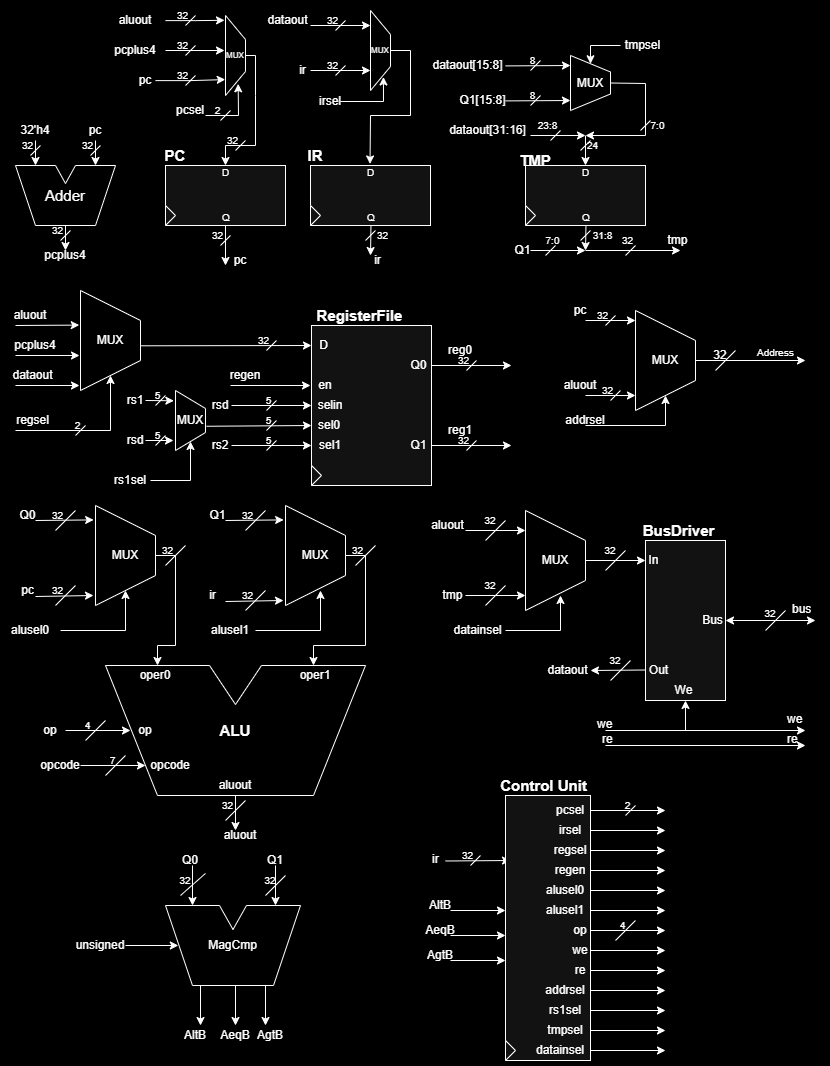
Before: schematic.png, a diagram exported from draw.io (AryllPetersen/rv32I). Source tidied: cells renumbered, new cells last; positions are measured from the earlier drawing's top-left corner, leaving out a move shared by most shapes.
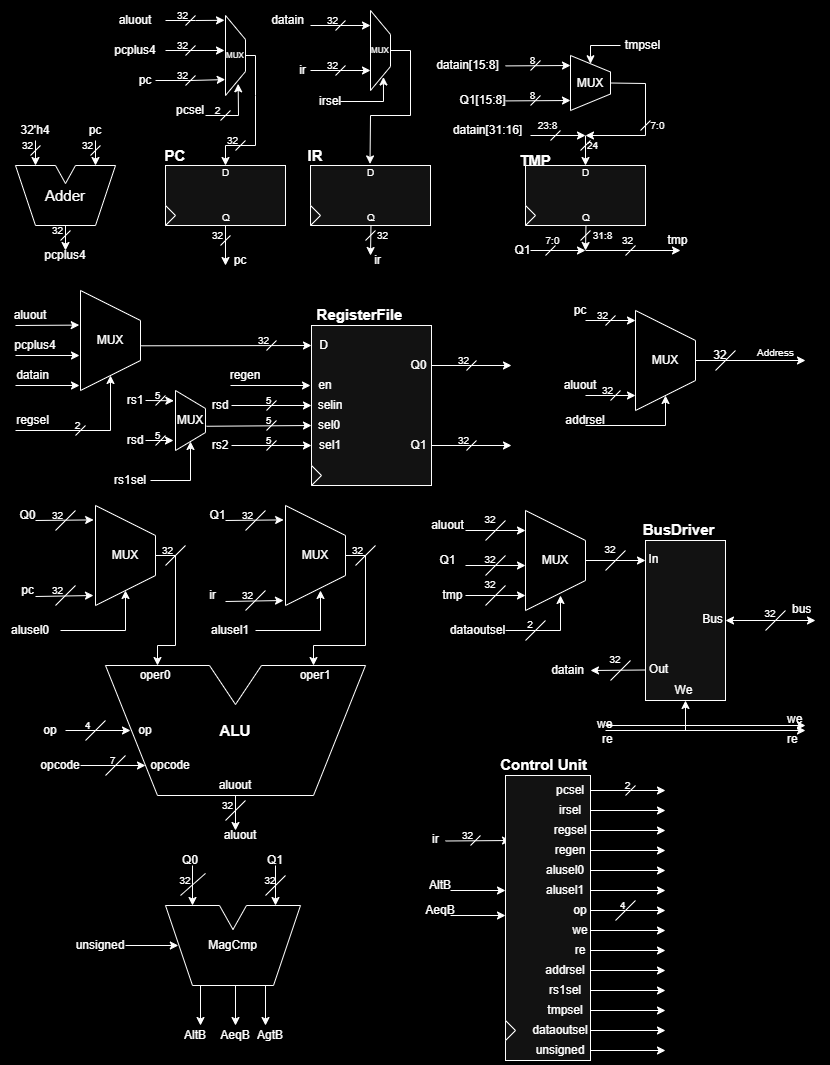
Above is the later version.

Commit message:
finished control unit and updated schematic

Diff of the diagram source:
```diff
@@ -315,3 +315,3 @@
     </mxCell>
-    <mxCell id="79" value="dataout" style="text;html=1;align=center;verticalAlign=middle;whiteSpace=wrap;rounded=0;labelBackgroundColor=none;" parent="1" vertex="1">
+    <mxCell id="79" value="datain" style="text;html=1;align=center;verticalAlign=middle;whiteSpace=wrap;rounded=0;labelBackgroundColor=none;" parent="1" vertex="1">
       <mxGeometry x="560" y="655" width="15" height="30" as="geometry" />
@@ -336,3 +336,3 @@
     </mxCell>
-    <mxCell id="86" value="dataout" style="text;html=1;align=center;verticalAlign=middle;whiteSpace=wrap;rounded=0;labelBackgroundColor=none;" parent="1" vertex="1">
+    <mxCell id="86" value="datain" style="text;html=1;align=center;verticalAlign=middle;whiteSpace=wrap;rounded=0;labelBackgroundColor=none;" parent="1" vertex="1">
       <mxGeometry x="280" y="15" width="15" height="10" as="geometry" />
@@ -593,3 +593,3 @@
     <mxCell id="142" value="Control Unit" style="text;html=1;align=center;verticalAlign=middle;whiteSpace=wrap;rounded=0;fontStyle=1;fontSize=15;labelBackgroundColor=none;" parent="1" vertex="1">
-      <mxGeometry x="495" y="765" width="96.9" height="39" as="geometry" />
+      <mxGeometry x="495" y="745" width="96.9" height="39" as="geometry" />
     </mxCell>
@@ -597,4 +597,4 @@
       <mxGeometry relative="1" as="geometry">
-        <mxPoint x="445" y="860.5" as="sourcePoint" />
-        <mxPoint x="510" y="860" as="targetPoint" />
+        <mxPoint x="445" y="840.5" as="sourcePoint" />
+        <mxPoint x="510" y="840" as="targetPoint" />
       </mxGeometry>
@@ -602,6 +602,6 @@
     <mxCell id="144" value="ir" style="text;html=1;strokeColor=none;fillColor=none;align=left;verticalAlign=top;whiteSpace=wrap;rounded=0;fontSize=12;labelBackgroundColor=none;" parent="1" vertex="1">
-      <mxGeometry x="430" y="845" width="40" height="20" as="geometry" />
+      <mxGeometry x="430" y="825" width="40" height="20" as="geometry" />
     </mxCell>
     <mxCell id="145" style="rounded=0;whiteSpace=wrap;html=1;labelBackgroundColor=none;" parent="1" vertex="1">
-      <mxGeometry x="505" y="795" width="85" height="265" as="geometry" />
+      <mxGeometry x="505" y="775" width="85" height="285" as="geometry" />
     </mxCell>
@@ -609,4 +609,4 @@
       <mxGeometry relative="1" as="geometry">
-        <mxPoint x="470" y="865" as="sourcePoint" />
-        <mxPoint x="480" y="855" as="targetPoint" />
+        <mxPoint x="470" y="845" as="sourcePoint" />
+        <mxPoint x="480" y="835" as="targetPoint" />
       </mxGeometry>
@@ -614,14 +614,8 @@
     <mxCell id="147" value="&lt;span style=&quot;font-size: 10px;&quot;&gt;32&lt;/span&gt;" style="text;html=1;align=center;verticalAlign=middle;whiteSpace=wrap;rounded=0;labelBackgroundColor=none;" parent="1" vertex="1">
-      <mxGeometry x="465" y="840" width="5" height="30" as="geometry" />
+      <mxGeometry x="465" y="820" width="5" height="30" as="geometry" />
     </mxCell>
-    <mxCell id="148" value="reg0" style="text;html=1;align=center;verticalAlign=middle;whiteSpace=wrap;rounded=0;labelBackgroundColor=none;" parent="1" vertex="1">
-      <mxGeometry x="430" y="335" width="60" height="30" as="geometry" />
-    </mxCell>
-    <mxCell id="149" value="reg1" style="text;html=1;align=center;verticalAlign=middle;whiteSpace=wrap;rounded=0;labelBackgroundColor=none;" parent="1" vertex="1">
-      <mxGeometry x="430" y="415" width="60" height="30" as="geometry" />
-    </mxCell>
     <mxCell id="150" style="edgeStyle=none;orthogonalLoop=1;jettySize=auto;html=1;rounded=0;labelBackgroundColor=none;fontColor=default;" parent="1" edge="1">
       <mxGeometry relative="1" as="geometry">
-        <mxPoint x="590" y="810" as="sourcePoint" />
-        <mxPoint x="665" y="810" as="targetPoint" />
+        <mxPoint x="590" y="790" as="sourcePoint" />
+        <mxPoint x="665" y="790" as="targetPoint" />
       </mxGeometry>
@@ -629,21 +623,21 @@
     <mxCell id="151" value="pcsel" style="text;html=1;align=center;verticalAlign=middle;whiteSpace=wrap;rounded=0;labelBackgroundColor=none;" parent="1" vertex="1">
-      <mxGeometry x="540" y="795" width="60" height="30" as="geometry" />
+      <mxGeometry x="540" y="775" width="60" height="30" as="geometry" />
     </mxCell>
     <mxCell id="152" value="irsel" style="text;html=1;align=center;verticalAlign=middle;whiteSpace=wrap;rounded=0;labelBackgroundColor=none;" parent="1" vertex="1">
-      <mxGeometry x="540" y="815" width="60" height="30" as="geometry" />
+      <mxGeometry x="540" y="795" width="60" height="30" as="geometry" />
     </mxCell>
     <mxCell id="153" value="regsel" style="text;html=1;align=center;verticalAlign=middle;whiteSpace=wrap;rounded=0;labelBackgroundColor=none;" parent="1" vertex="1">
-      <mxGeometry x="540" y="835" width="60" height="30" as="geometry" />
+      <mxGeometry x="540" y="815" width="60" height="30" as="geometry" />
     </mxCell>
     <mxCell id="154" value="alusel0" style="text;html=1;align=center;verticalAlign=middle;whiteSpace=wrap;rounded=0;labelBackgroundColor=none;" parent="1" vertex="1">
-      <mxGeometry x="535" y="875" width="60" height="30" as="geometry" />
+      <mxGeometry x="535" y="855" width="60" height="30" as="geometry" />
     </mxCell>
     <mxCell id="155" value="alusel1" style="text;html=1;align=center;verticalAlign=middle;whiteSpace=wrap;rounded=0;labelBackgroundColor=none;" parent="1" vertex="1">
-      <mxGeometry x="535" y="895" width="60" height="30" as="geometry" />
+      <mxGeometry x="535" y="875" width="60" height="30" as="geometry" />
     </mxCell>
     <mxCell id="156" value="regen" style="text;html=1;align=center;verticalAlign=middle;whiteSpace=wrap;rounded=0;labelBackgroundColor=none;" parent="1" vertex="1">
-      <mxGeometry x="540" y="855" width="60" height="30" as="geometry" />
+      <mxGeometry x="540" y="835" width="60" height="30" as="geometry" />
     </mxCell>
     <mxCell id="157" value="we" style="text;html=1;align=center;verticalAlign=middle;whiteSpace=wrap;rounded=0;labelBackgroundColor=none;" parent="1" vertex="1">
-      <mxGeometry x="550" y="935" width="60" height="30" as="geometry" />
+      <mxGeometry x="550" y="915" width="60" height="30" as="geometry" />
     </mxCell>
@@ -651,4 +645,4 @@
       <mxGeometry relative="1" as="geometry">
-        <mxPoint x="590" y="890" as="sourcePoint" />
-        <mxPoint x="665" y="890" as="targetPoint" />
+        <mxPoint x="590" y="870" as="sourcePoint" />
+        <mxPoint x="665" y="870" as="targetPoint" />
       </mxGeometry>
@@ -657,4 +651,4 @@
       <mxGeometry relative="1" as="geometry">
-        <mxPoint x="590" y="910" as="sourcePoint" />
-        <mxPoint x="665" y="910" as="targetPoint" />
+        <mxPoint x="590" y="890" as="sourcePoint" />
+        <mxPoint x="665" y="890" as="targetPoint" />
       </mxGeometry>
@@ -662,3 +656,3 @@
     <mxCell id="160" value="op" style="text;html=1;align=center;verticalAlign=middle;whiteSpace=wrap;rounded=0;labelBackgroundColor=none;" parent="1" vertex="1">
-      <mxGeometry x="550" y="915" width="60" height="30" as="geometry" />
+      <mxGeometry x="550" y="895" width="60" height="30" as="geometry" />
     </mxCell>
@@ -666,4 +660,4 @@
       <mxGeometry relative="1" as="geometry">
-        <mxPoint x="590" y="930" as="sourcePoint" />
-        <mxPoint x="665" y="930" as="targetPoint" />
+        <mxPoint x="590" y="910" as="sourcePoint" />
+        <mxPoint x="665" y="910" as="targetPoint" />
       </mxGeometry>
@@ -672,4 +666,4 @@
       <mxGeometry relative="1" as="geometry">
-        <mxPoint x="615" y="940" as="sourcePoint" />
-        <mxPoint x="635" y="920" as="targetPoint" />
+        <mxPoint x="615" y="920" as="sourcePoint" />
+        <mxPoint x="635" y="900" as="targetPoint" />
       </mxGeometry>
@@ -678,4 +672,4 @@
       <mxGeometry relative="1" as="geometry">
-        <mxPoint x="590" y="830" as="sourcePoint" />
-        <mxPoint x="665" y="830" as="targetPoint" />
+        <mxPoint x="590" y="810" as="sourcePoint" />
+        <mxPoint x="665" y="810" as="targetPoint" />
       </mxGeometry>
@@ -684,4 +678,4 @@
       <mxGeometry relative="1" as="geometry">
-        <mxPoint x="590" y="850" as="sourcePoint" />
-        <mxPoint x="665" y="850" as="targetPoint" />
+        <mxPoint x="590" y="830" as="sourcePoint" />
+        <mxPoint x="665" y="830" as="targetPoint" />
       </mxGeometry>
@@ -690,4 +684,4 @@
       <mxGeometry relative="1" as="geometry">
-        <mxPoint x="590" y="870" as="sourcePoint" />
-        <mxPoint x="665" y="870" as="targetPoint" />
+        <mxPoint x="590" y="850" as="sourcePoint" />
+        <mxPoint x="665" y="850" as="targetPoint" />
       </mxGeometry>
@@ -696,4 +690,4 @@
       <mxGeometry relative="1" as="geometry">
-        <mxPoint x="590" y="950" as="sourcePoint" />
-        <mxPoint x="665" y="950" as="targetPoint" />
+        <mxPoint x="590" y="930" as="sourcePoint" />
+        <mxPoint x="665" y="930" as="targetPoint" />
       </mxGeometry>
@@ -711,4 +705,4 @@
       <mxGeometry relative="1" as="geometry">
-        <mxPoint x="605" y="745" as="sourcePoint" />
-        <mxPoint x="805" y="745" as="targetPoint" />
+        <mxPoint x="605" y="725" as="sourcePoint" />
+        <mxPoint x="805" y="725" as="targetPoint" />
       </mxGeometry>
@@ -730,3 +724,3 @@
     <mxCell id="174" value="re" style="text;html=1;align=center;verticalAlign=middle;whiteSpace=wrap;rounded=0;labelBackgroundColor=none;" parent="1" vertex="1">
-      <mxGeometry x="550" y="955" width="60" height="30" as="geometry" />
+      <mxGeometry x="550" y="935" width="60" height="30" as="geometry" />
     </mxCell>
@@ -734,4 +728,4 @@
       <mxGeometry relative="1" as="geometry">
-        <mxPoint x="590" y="970" as="sourcePoint" />
-        <mxPoint x="665" y="970" as="targetPoint" />
+        <mxPoint x="590" y="950" as="sourcePoint" />
+        <mxPoint x="665" y="950" as="targetPoint" />
       </mxGeometry>
@@ -739,3 +733,3 @@
     <mxCell id="176" style="triangle;whiteSpace=wrap;html=1;labelBackgroundColor=none;rounded=0;" parent="1" vertex="1">
-      <mxGeometry x="505" y="1040" width="10" height="20" as="geometry" />
+      <mxGeometry x="505" y="1020" width="10" height="20" as="geometry" />
     </mxCell>
@@ -878,3 +872,3 @@
     <mxCell id="207" value="addrsel" style="text;html=1;align=center;verticalAlign=middle;whiteSpace=wrap;rounded=0;labelBackgroundColor=none;" parent="1" vertex="1">
-      <mxGeometry x="535" y="975" width="60" height="30" as="geometry" />
+      <mxGeometry x="535" y="955" width="60" height="30" as="geometry" />
     </mxCell>
@@ -882,4 +876,4 @@
       <mxGeometry relative="1" as="geometry">
-        <mxPoint x="590" y="990" as="sourcePoint" />
-        <mxPoint x="665" y="990" as="targetPoint" />
+        <mxPoint x="590" y="970" as="sourcePoint" />
+        <mxPoint x="665" y="970" as="targetPoint" />
       </mxGeometry>
@@ -889,3 +883,3 @@
     </mxCell>
-    <mxCell id="210" value="dataout" style="text;html=1;align=center;verticalAlign=middle;whiteSpace=wrap;rounded=0;labelBackgroundColor=none;" parent="1" vertex="1">
+    <mxCell id="210" value="datain" style="text;html=1;align=center;verticalAlign=middle;whiteSpace=wrap;rounded=0;labelBackgroundColor=none;" parent="1" vertex="1">
       <mxGeometry x="25" y="360" width="15" height="30" as="geometry" />
@@ -916,4 +910,4 @@
       <mxGeometry relative="1" as="geometry">
-        <mxPoint x="625" y="815" as="sourcePoint" />
-        <mxPoint x="635" y="805" as="targetPoint" />
+        <mxPoint x="625" y="795" as="sourcePoint" />
+        <mxPoint x="635" y="785" as="targetPoint" />
       </mxGeometry>
@@ -921,3 +915,3 @@
     <mxCell id="216" value="&lt;span style=&quot;font-size: 10px;&quot;&gt;2&lt;/span&gt;" style="text;html=1;align=center;verticalAlign=middle;whiteSpace=wrap;rounded=0;labelBackgroundColor=none;" parent="1" vertex="1">
-      <mxGeometry x="625" y="790" width="5" height="30" as="geometry" />
+      <mxGeometry x="625" y="770" width="5" height="30" as="geometry" />
     </mxCell>
@@ -1016,4 +1010,4 @@
       <mxGeometry relative="1" as="geometry">
-        <mxPoint x="450" y="910" as="sourcePoint" />
-        <mxPoint x="505" y="910" as="targetPoint" />
+        <mxPoint x="450" y="890" as="sourcePoint" />
+        <mxPoint x="505" y="890" as="targetPoint" />
       </mxGeometry>
@@ -1022,21 +1016,12 @@
       <mxGeometry relative="1" as="geometry">
-        <mxPoint x="450" y="935" as="sourcePoint" />
-        <mxPoint x="505" y="935" as="targetPoint" />
+        <mxPoint x="450" y="915" as="sourcePoint" />
+        <mxPoint x="505" y="915" as="targetPoint" />
       </mxGeometry>
     </mxCell>
-    <mxCell id="240" style="endArrow=classic;html=1;rounded=0;" parent="1" edge="1">
-      <mxGeometry relative="1" as="geometry">
-        <mxPoint x="450" y="960" as="sourcePoint" />
-        <mxPoint x="505" y="960" as="targetPoint" />
-      </mxGeometry>
-    </mxCell>
     <mxCell id="241" value="AltB" style="text;html=1;align=center;verticalAlign=middle;whiteSpace=wrap;rounded=0;" parent="1" vertex="1">
-      <mxGeometry x="410" y="890" width="60" height="30" as="geometry" />
+      <mxGeometry x="410" y="870" width="60" height="30" as="geometry" />
     </mxCell>
     <mxCell id="242" value="AeqB" style="text;html=1;align=center;verticalAlign=middle;whiteSpace=wrap;rounded=0;" parent="1" vertex="1">
-      <mxGeometry x="410" y="915" width="60" height="30" as="geometry" />
+      <mxGeometry x="410" y="895" width="60" height="30" as="geometry" />
     </mxCell>
-    <mxCell id="243" value="AgtB" style="text;html=1;align=center;verticalAlign=middle;whiteSpace=wrap;rounded=0;" parent="1" vertex="1">
-      <mxGeometry x="410" y="940" width="60" height="30" as="geometry" />
-    </mxCell>
     <mxCell id="244" style="endArrow=classic;html=1;rounded=0;labelBackgroundColor=none;fontColor=default;" parent="1" edge="1">
@@ -1072,3 +1057,3 @@
     <mxCell id="251" value="&lt;span style=&quot;font-size: 10px;&quot;&gt;4&lt;/span&gt;" style="text;html=1;align=center;verticalAlign=middle;whiteSpace=wrap;rounded=0;labelBackgroundColor=none;" parent="1" vertex="1">
-      <mxGeometry x="615" y="910" width="15" height="30" as="geometry" />
+      <mxGeometry x="615" y="890" width="15" height="30" as="geometry" />
     </mxCell>
@@ -1121,3 +1106,3 @@
     <mxCell id="262" value="rs1sel" style="text;html=1;align=center;verticalAlign=middle;whiteSpace=wrap;rounded=0;labelBackgroundColor=none;" parent="1" vertex="1">
-      <mxGeometry x="535" y="995" width="60" height="30" as="geometry" />
+      <mxGeometry x="535" y="975" width="60" height="30" as="geometry" />
     </mxCell>
@@ -1125,4 +1110,4 @@
       <mxGeometry relative="1" as="geometry">
-        <mxPoint x="590" y="1010" as="sourcePoint" />
-        <mxPoint x="665" y="1010" as="targetPoint" />
+        <mxPoint x="590" y="990" as="sourcePoint" />
+        <mxPoint x="665" y="990" as="targetPoint" />
       </mxGeometry>
@@ -1215,3 +1200,3 @@
     </mxCell>
-    <mxCell id="283" value="dataout[31:16]" style="text;html=1;align=center;verticalAlign=middle;whiteSpace=wrap;rounded=0;labelBackgroundColor=none;" parent="1" vertex="1">
+    <mxCell id="283" value="datain[31:16]" style="text;html=1;align=center;verticalAlign=middle;whiteSpace=wrap;rounded=0;labelBackgroundColor=none;" parent="1" vertex="1">
       <mxGeometry x="480" y="115" width="15" height="30" as="geometry" />
@@ -1221,3 +1206,3 @@
     </mxCell>
-    <mxCell id="285" value="dataout[15:8]" style="text;html=1;align=center;verticalAlign=middle;whiteSpace=wrap;rounded=0;labelBackgroundColor=none;" parent="1" vertex="1">
+    <mxCell id="285" value="datain[15:8]" style="text;html=1;align=center;verticalAlign=middle;whiteSpace=wrap;rounded=0;labelBackgroundColor=none;" parent="1" vertex="1">
       <mxGeometry x="460" y="50" width="15" height="30" as="geometry" />
@@ -1343,3 +1328,3 @@
     </mxCell>
-    <mxCell id="310" value="datainsel" style="text;html=1;align=center;verticalAlign=middle;whiteSpace=wrap;rounded=0;labelBackgroundColor=none;" parent="1" vertex="1">
+    <mxCell id="310" value="dataoutsel" style="text;html=1;align=center;verticalAlign=middle;whiteSpace=wrap;rounded=0;labelBackgroundColor=none;" parent="1" vertex="1">
       <mxGeometry x="470" y="625" width="15" height="10" as="geometry" />
@@ -1350,3 +1335,3 @@
     <mxCell id="312" value="tmpsel" style="text;html=1;align=center;verticalAlign=middle;whiteSpace=wrap;rounded=0;labelBackgroundColor=none;" parent="1" vertex="1">
-      <mxGeometry x="535" y="1015" width="60" height="30" as="geometry" />
+      <mxGeometry x="535" y="995" width="60" height="30" as="geometry" />
     </mxCell>
@@ -1354,8 +1339,8 @@
       <mxGeometry relative="1" as="geometry">
-        <mxPoint x="590" y="1030" as="sourcePoint" />
-        <mxPoint x="665" y="1030" as="targetPoint" />
+        <mxPoint x="590" y="1010" as="sourcePoint" />
+        <mxPoint x="665" y="1010" as="targetPoint" />
       </mxGeometry>
     </mxCell>
-    <mxCell id="314" value="datainsel" style="text;html=1;align=center;verticalAlign=middle;whiteSpace=wrap;rounded=0;labelBackgroundColor=none;" parent="1" vertex="1">
-      <mxGeometry x="530" y="1035" width="60" height="30" as="geometry" />
+    <mxCell id="314" value="dataoutsel" style="text;html=1;align=center;verticalAlign=middle;whiteSpace=wrap;rounded=0;labelBackgroundColor=none;" parent="1" vertex="1">
+      <mxGeometry x="530" y="1015" width="60" height="30" as="geometry" />
     </mxCell>
@@ -1363,6 +1348,42 @@
       <mxGeometry relative="1" as="geometry">
-        <mxPoint x="590" y="1050" as="sourcePoint" />
-        <mxPoint x="665" y="1050" as="targetPoint" />
+        <mxPoint x="590" y="1030" as="sourcePoint" />
+        <mxPoint x="665" y="1030" as="targetPoint" />
       </mxGeometry>
     </mxCell>
+    <mxCell id="316" value="Q1" style="text;html=1;align=center;verticalAlign=middle;whiteSpace=wrap;rounded=0;labelBackgroundColor=none;" parent="1" vertex="1">
+      <mxGeometry x="440" y="545" width="15" height="30" as="geometry" />
+    </mxCell>
+    <mxCell id="317" style="endArrow=classic;html=1;rounded=0;labelBackgroundColor=none;fontColor=default;" parent="1" edge="1">
+      <mxGeometry relative="1" as="geometry">
+        <mxPoint x="465" y="565" as="sourcePoint" />
+        <mxPoint x="525" y="565" as="targetPoint" />
+      </mxGeometry>
+    </mxCell>
+    <mxCell id="318" style="endArrow=none;html=1;rounded=0;labelBackgroundColor=none;fontColor=default;" parent="1" edge="1">
+      <mxGeometry relative="1" as="geometry">
+        <mxPoint x="485" y="575" as="sourcePoint" />
+        <mxPoint x="505" y="555" as="targetPoint" />
+      </mxGeometry>
+    </mxCell>
+    <mxCell id="319" value="32" style="text;html=1;align=center;verticalAlign=middle;whiteSpace=wrap;rounded=0;fontSize=10;labelBackgroundColor=none;" parent="1" vertex="1">
+      <mxGeometry x="480" y="540" width="20" height="39" as="geometry" />
+    </mxCell>
+    <mxCell id="320" value="2" style="text;html=1;align=center;verticalAlign=middle;whiteSpace=wrap;rounded=0;fontSize=10;labelBackgroundColor=none;" parent="1" vertex="1">
+      <mxGeometry x="520" y="605" width="20" height="39" as="geometry" />
+    </mxCell>
+    <mxCell id="321" style="endArrow=none;html=1;rounded=0;labelBackgroundColor=none;fontColor=default;" parent="1" edge="1">
+      <mxGeometry relative="1" as="geometry">
+        <mxPoint x="525" y="640" as="sourcePoint" />
+        <mxPoint x="545" y="620" as="targetPoint" />
+      </mxGeometry>
+    </mxCell>
+    <mxCell id="322" value="unsigned" style="text;html=1;align=center;verticalAlign=middle;whiteSpace=wrap;rounded=0;labelBackgroundColor=none;" parent="1" vertex="1">
+      <mxGeometry x="530" y="1035" width="60" height="30" as="geometry" />
+    </mxCell>
+    <mxCell id="323" style="edgeStyle=none;orthogonalLoop=1;jettySize=auto;html=1;rounded=0;labelBackgroundColor=none;fontColor=default;" parent="1" edge="1">
+      <mxGeometry relative="1" as="geometry">
+        <mxPoint x="590" y="1050" as="sourcePoint" />
+        <mxPoint x="665" y="1050" as="targetPoint" />
+      </mxGeometry>
+    </mxCell>
   </root>
```
